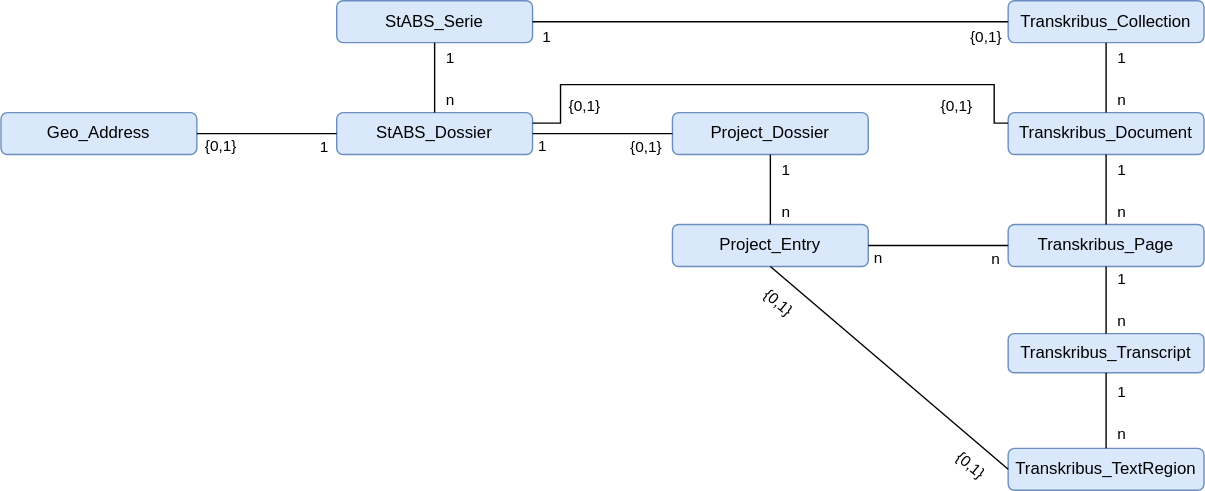
Before: entityRelations.drawio.svg, a diagram exported from draw.io (history-unibas/Postgresql-Project-Database). Source tidied: cells renumbered, new cells last; positions are measured from the earlier drawing's top-left corner, leaving out a move shared by most shapes. Source of this version:
```xml
<mxGraphModel>
  <root>
    <mxCell id="0" />
    <mxCell id="1" parent="0" />
    <mxCell id="2" value="StABS_Serie" style="rounded=1;whiteSpace=wrap;html=1;fillColor=#dae8fc;strokeColor=#6c8ebf;" parent="1" vertex="1">
      <mxGeometry x="240" width="140" height="30" as="geometry" />
    </mxCell>
    <mxCell id="3" value="StABS_Dossier" style="rounded=1;whiteSpace=wrap;html=1;fillColor=#dae8fc;strokeColor=#6c8ebf;" parent="1" vertex="1">
      <mxGeometry x="240" y="80" width="140" height="30" as="geometry" />
    </mxCell>
    <mxCell id="4" value="Transkribus_Collection" style="rounded=1;whiteSpace=wrap;html=1;fillColor=#dae8fc;strokeColor=#6c8ebf;" parent="1" vertex="1">
      <mxGeometry x="720" width="140" height="30" as="geometry" />
    </mxCell>
    <mxCell id="5" value="Transkribus_Document" style="rounded=1;whiteSpace=wrap;html=1;fillColor=#dae8fc;strokeColor=#6c8ebf;" parent="1" vertex="1">
      <mxGeometry x="720" y="80" width="140" height="30" as="geometry" />
    </mxCell>
    <mxCell id="6" value="Transkribus_Page" style="rounded=1;whiteSpace=wrap;html=1;fillColor=#dae8fc;strokeColor=#6c8ebf;" parent="1" vertex="1">
      <mxGeometry x="720" y="160" width="140" height="30" as="geometry" />
    </mxCell>
    <mxCell id="7" value="Transkribus_Transcript" style="rounded=1;whiteSpace=wrap;html=1;fillColor=#dae8fc;strokeColor=#6c8ebf;" parent="1" vertex="1">
      <mxGeometry x="720" y="238" width="140" height="28" as="geometry" />
    </mxCell>
    <mxCell id="8" value="Transkribus_TextRegion" style="rounded=1;whiteSpace=wrap;html=1;fillColor=#dae8fc;strokeColor=#6c8ebf;" parent="1" vertex="1">
      <mxGeometry x="720" y="320" width="140" height="30" as="geometry" />
    </mxCell>
    <mxCell id="9" style="endArrow=none;html=1;rounded=0;entryX=0.5;entryY=1;entryDx=0;entryDy=0;exitX=0.5;exitY=0;exitDx=0;exitDy=0;" parent="1" edge="1" source="3" target="2">
      <mxGeometry relative="1" as="geometry" />
    </mxCell>
    <mxCell id="10" value="1" style="edgeLabel;html=1;align=center;verticalAlign=middle;" parent="9" vertex="1">
      <mxGeometry x="-0.5" y="1" relative="1" as="geometry">
        <mxPoint x="11" y="-28" as="offset" />
      </mxGeometry>
    </mxCell>
    <mxCell id="11" value="n" style="edgeLabel;html=1;align=center;verticalAlign=middle;" parent="9" vertex="1">
      <mxGeometry x="-0.6" y="-2" relative="1" as="geometry">
        <mxPoint x="8" as="offset" />
      </mxGeometry>
    </mxCell>
    <mxCell id="12" style="endArrow=none;html=1;rounded=0;entryX=1;entryY=0.5;entryDx=0;entryDy=0;exitX=0;exitY=0.5;exitDx=0;exitDy=0;" parent="1" edge="1" source="4" target="2">
      <mxGeometry relative="1" as="geometry" />
    </mxCell>
    <mxCell id="13" value="{0,1}" style="edgeLabel;html=1;align=center;verticalAlign=middle;" parent="12" vertex="1">
      <mxGeometry x="0.23" y="2" relative="1" as="geometry">
        <mxPoint x="192" y="8" as="offset" />
      </mxGeometry>
    </mxCell>
    <mxCell id="14" value="1" style="edgeLabel;html=1;align=center;verticalAlign=middle;" parent="12" vertex="1">
      <mxGeometry relative="1" as="geometry">
        <mxPoint x="-161" y="10" as="offset" />
      </mxGeometry>
    </mxCell>
    <mxCell id="15" style="endArrow=none;html=1;rounded=0;edgeStyle=orthogonalEdgeStyle;entryX=1;entryY=0.25;entryDx=0;entryDy=0;exitX=0;exitY=0.25;exitDx=0;exitDy=0;" parent="1" edge="1" source="5" target="3">
      <mxGeometry relative="1" as="geometry">
        <Array as="points">
          <mxPoint x="710" y="88" />
          <mxPoint x="710" y="60" />
          <mxPoint x="400" y="60" />
          <mxPoint x="400" y="88" />
          <mxPoint x="380" y="88" />
        </Array>
      </mxGeometry>
    </mxCell>
    <mxCell id="16" value="{0,1}" style="edgeLabel;html=1;align=center;verticalAlign=middle;" parent="15" vertex="1">
      <mxGeometry x="0.23" y="2" relative="1" as="geometry">
        <mxPoint x="-88" y="12" as="offset" />
      </mxGeometry>
    </mxCell>
    <mxCell id="17" value="{0,1}" style="edgeLabel;html=1;align=center;verticalAlign=middle;" parent="15" vertex="1">
      <mxGeometry relative="1" as="geometry">
        <mxPoint x="133" y="14" as="offset" />
      </mxGeometry>
    </mxCell>
    <mxCell id="18" style="endArrow=none;html=1;rounded=0;entryX=0.5;entryY=1;entryDx=0;entryDy=0;exitX=0.5;exitY=0;exitDx=0;exitDy=0;" parent="1" edge="1" source="5" target="4">
      <mxGeometry relative="1" as="geometry" />
    </mxCell>
    <mxCell id="19" value="1" style="edgeLabel;html=1;align=center;verticalAlign=middle;" parent="18" vertex="1">
      <mxGeometry x="-0.5" y="1" relative="1" as="geometry">
        <mxPoint x="11" y="-28" as="offset" />
      </mxGeometry>
    </mxCell>
    <mxCell id="20" value="n" style="edgeLabel;html=1;align=center;verticalAlign=middle;" parent="18" vertex="1">
      <mxGeometry x="-0.6" y="-2" relative="1" as="geometry">
        <mxPoint x="8" as="offset" />
      </mxGeometry>
    </mxCell>
    <mxCell id="21" style="endArrow=none;html=1;rounded=0;entryX=0.5;entryY=1;entryDx=0;entryDy=0;exitX=0.5;exitY=0;exitDx=0;exitDy=0;" parent="1" edge="1" source="6" target="5">
      <mxGeometry relative="1" as="geometry" />
    </mxCell>
    <mxCell id="22" value="1" style="edgeLabel;html=1;align=center;verticalAlign=middle;" parent="21" vertex="1">
      <mxGeometry x="-0.5" y="1" relative="1" as="geometry">
        <mxPoint x="11" y="-28" as="offset" />
      </mxGeometry>
    </mxCell>
    <mxCell id="23" value="n" style="edgeLabel;html=1;align=center;verticalAlign=middle;" parent="21" vertex="1">
      <mxGeometry x="-0.6" y="-2" relative="1" as="geometry">
        <mxPoint x="8" as="offset" />
      </mxGeometry>
    </mxCell>
    <mxCell id="24" style="endArrow=none;html=1;rounded=0;entryX=0.5;entryY=1;entryDx=0;entryDy=0;exitX=0.5;exitY=0;exitDx=0;exitDy=0;" parent="1" edge="1" source="7" target="6">
      <mxGeometry relative="1" as="geometry" />
    </mxCell>
    <mxCell id="25" value="1" style="edgeLabel;html=1;align=center;verticalAlign=middle;" parent="24" vertex="1">
      <mxGeometry x="-0.5" y="1" relative="1" as="geometry">
        <mxPoint x="11" y="-28" as="offset" />
      </mxGeometry>
    </mxCell>
    <mxCell id="26" value="n" style="edgeLabel;html=1;align=center;verticalAlign=middle;" parent="24" vertex="1">
      <mxGeometry x="-0.6" y="-2" relative="1" as="geometry">
        <mxPoint x="8" as="offset" />
      </mxGeometry>
    </mxCell>
    <mxCell id="27" style="endArrow=none;html=1;rounded=0;entryX=0.5;entryY=1;entryDx=0;entryDy=0;exitX=0.5;exitY=0;exitDx=0;exitDy=0;" parent="1" edge="1" source="8" target="7">
      <mxGeometry relative="1" as="geometry" />
    </mxCell>
    <mxCell id="28" value="1" style="edgeLabel;html=1;align=center;verticalAlign=middle;" parent="27" vertex="1">
      <mxGeometry x="-0.5" y="1" relative="1" as="geometry">
        <mxPoint x="11" y="-28" as="offset" />
      </mxGeometry>
    </mxCell>
    <mxCell id="29" value="n" style="edgeLabel;html=1;align=center;verticalAlign=middle;" parent="27" vertex="1">
      <mxGeometry x="-0.6" y="-2" relative="1" as="geometry">
        <mxPoint x="8" as="offset" />
      </mxGeometry>
    </mxCell>
    <mxCell id="30" value="Project_Entry" style="rounded=1;whiteSpace=wrap;html=1;fillColor=#dae8fc;strokeColor=#6c8ebf;" parent="1" vertex="1">
      <mxGeometry x="480" y="160" width="140" height="30" as="geometry" />
    </mxCell>
    <mxCell id="31" style="endArrow=none;html=1;rounded=0;entryX=0;entryY=0.5;entryDx=0;entryDy=0;exitX=1;exitY=0.5;exitDx=0;exitDy=0;" parent="1" edge="1" source="30" target="6">
      <mxGeometry relative="1" as="geometry" />
    </mxCell>
    <mxCell id="32" value="n" style="edgeLabel;html=1;align=center;verticalAlign=middle;" parent="31" vertex="1">
      <mxGeometry x="0.23" y="2" relative="1" as="geometry">
        <mxPoint x="-56" y="10" as="offset" />
      </mxGeometry>
    </mxCell>
    <mxCell id="33" value="n" style="edgeLabel;html=1;align=center;verticalAlign=middle;" parent="31" vertex="1">
      <mxGeometry relative="1" as="geometry">
        <mxPoint x="40" y="9" as="offset" />
      </mxGeometry>
    </mxCell>
    <mxCell id="34" style="endArrow=none;html=1;rounded=0;entryX=0;entryY=0.5;entryDx=0;entryDy=0;exitX=0.5;exitY=1;exitDx=0;exitDy=0;" parent="1" edge="1" source="30" target="8">
      <mxGeometry relative="1" as="geometry" />
    </mxCell>
    <mxCell id="35" value="{0,1}" style="edgeLabel;html=1;align=center;verticalAlign=middle;rotation=40;" parent="34" vertex="1">
      <mxGeometry x="0.23" y="2" relative="1" as="geometry">
        <mxPoint x="-100" y="-63" as="offset" />
      </mxGeometry>
    </mxCell>
    <mxCell id="36" value="{0,1}" style="edgeLabel;html=1;align=center;verticalAlign=middle;rotation=40;" parent="34" vertex="1">
      <mxGeometry relative="1" as="geometry">
        <mxPoint x="58" y="69" as="offset" />
      </mxGeometry>
    </mxCell>
    <mxCell id="37" value="Geo_Address" style="rounded=1;whiteSpace=wrap;html=1;fillColor=#dae8fc;strokeColor=#6c8ebf;" parent="1" vertex="1">
      <mxGeometry y="80" width="140" height="30" as="geometry" />
    </mxCell>
    <mxCell id="38" value="Project_Dossier" style="rounded=1;whiteSpace=wrap;html=1;fillColor=#dae8fc;strokeColor=#6c8ebf;" parent="1" vertex="1">
      <mxGeometry x="480" y="80" width="140" height="30" as="geometry" />
    </mxCell>
    <mxCell id="39" style="endArrow=none;html=1;rounded=0;entryX=0;entryY=0.5;entryDx=0;entryDy=0;exitX=1;exitY=0.5;exitDx=0;exitDy=0;" parent="1" edge="1" source="3" target="38">
      <mxGeometry relative="1" as="geometry" />
    </mxCell>
    <mxCell id="40" value="1" style="edgeLabel;html=1;align=center;verticalAlign=middle;" parent="39" vertex="1">
      <mxGeometry x="0.23" y="2" relative="1" as="geometry">
        <mxPoint x="-56" y="10" as="offset" />
      </mxGeometry>
    </mxCell>
    <mxCell id="41" value="{0,1}" style="edgeLabel;html=1;align=center;verticalAlign=middle;" parent="39" vertex="1">
      <mxGeometry relative="1" as="geometry">
        <mxPoint x="30" y="9" as="offset" />
      </mxGeometry>
    </mxCell>
    <mxCell id="42" style="endArrow=none;html=1;rounded=0;entryX=0;entryY=0.5;entryDx=0;entryDy=0;exitX=1;exitY=0.5;exitDx=0;exitDy=0;" parent="1" edge="1" source="37" target="3">
      <mxGeometry relative="1" as="geometry" />
    </mxCell>
    <mxCell id="43" value="{0,1}" style="edgeLabel;html=1;align=center;verticalAlign=middle;" parent="42" vertex="1">
      <mxGeometry x="0.23" y="2" relative="1" as="geometry">
        <mxPoint x="-46" y="10" as="offset" />
      </mxGeometry>
    </mxCell>
    <mxCell id="44" value="1" style="edgeLabel;html=1;align=center;verticalAlign=middle;" parent="42" vertex="1">
      <mxGeometry relative="1" as="geometry">
        <mxPoint x="40" y="9" as="offset" />
      </mxGeometry>
    </mxCell>
    <mxCell id="45" style="endArrow=none;html=1;rounded=0;entryX=0.5;entryY=1;entryDx=0;entryDy=0;exitX=0.5;exitY=0;exitDx=0;exitDy=0;" parent="1" edge="1" source="30" target="38">
      <mxGeometry relative="1" as="geometry" />
    </mxCell>
    <mxCell id="46" value="1" style="edgeLabel;html=1;align=center;verticalAlign=middle;" parent="45" vertex="1">
      <mxGeometry x="-0.5" y="1" relative="1" as="geometry">
        <mxPoint x="11" y="-28" as="offset" />
      </mxGeometry>
    </mxCell>
    <mxCell id="47" value="n" style="edgeLabel;html=1;align=center;verticalAlign=middle;" parent="45" vertex="1">
      <mxGeometry x="-0.6" y="-2" relative="1" as="geometry">
        <mxPoint x="8" as="offset" />
      </mxGeometry>
    </mxCell>
  </root>
</mxGraphModel>
```
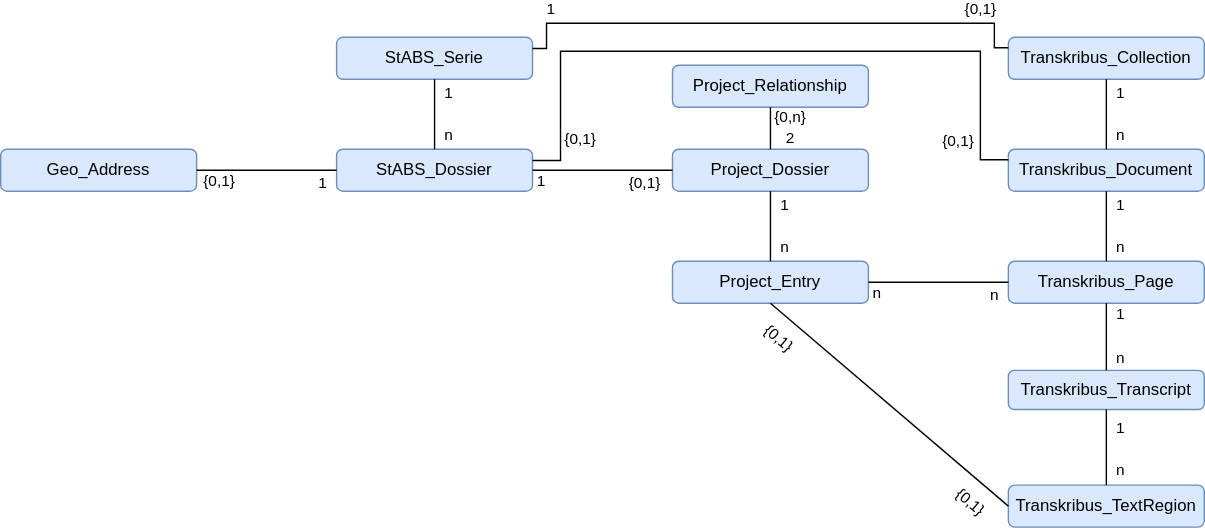
After the commit.

What changed in the source:
```diff
@@ -36,25 +36,12 @@
         <mxPoint x="8" as="offset" />
       </mxGeometry>
     </mxCell>
-    <mxCell id="12" style="endArrow=none;html=1;rounded=0;entryX=1;entryY=0.5;entryDx=0;entryDy=0;exitX=0;exitY=0.5;exitDx=0;exitDy=0;" parent="1" edge="1" source="4" target="2">
-      <mxGeometry relative="1" as="geometry" />
-    </mxCell>
-    <mxCell id="13" value="{0,1}" style="edgeLabel;html=1;align=center;verticalAlign=middle;" parent="12" vertex="1">
-      <mxGeometry x="0.23" y="2" relative="1" as="geometry">
-        <mxPoint x="192" y="8" as="offset" />
-      </mxGeometry>
-    </mxCell>
-    <mxCell id="14" value="1" style="edgeLabel;html=1;align=center;verticalAlign=middle;" parent="12" vertex="1">
-      <mxGeometry relative="1" as="geometry">
-        <mxPoint x="-161" y="10" as="offset" />
-      </mxGeometry>
-    </mxCell>
     <mxCell id="15" style="endArrow=none;html=1;rounded=0;edgeStyle=orthogonalEdgeStyle;entryX=1;entryY=0.25;entryDx=0;entryDy=0;exitX=0;exitY=0.25;exitDx=0;exitDy=0;" parent="1" edge="1" source="5" target="3">
       <mxGeometry relative="1" as="geometry">
         <Array as="points">
-          <mxPoint x="710" y="88" />
-          <mxPoint x="710" y="60" />
-          <mxPoint x="400" y="60" />
+          <mxPoint x="700" y="88" />
+          <mxPoint x="700" y="10" />
+          <mxPoint x="400" y="10" />
           <mxPoint x="400" y="88" />
           <mxPoint x="380" y="88" />
         </Array>
@@ -62,12 +49,12 @@
     </mxCell>
     <mxCell id="16" value="{0,1}" style="edgeLabel;html=1;align=center;verticalAlign=middle;" parent="15" vertex="1">
       <mxGeometry x="0.23" y="2" relative="1" as="geometry">
-        <mxPoint x="-88" y="12" as="offset" />
+        <mxPoint x="-79" y="61" as="offset" />
       </mxGeometry>
     </mxCell>
     <mxCell id="17" value="{0,1}" style="edgeLabel;html=1;align=center;verticalAlign=middle;" parent="15" vertex="1">
       <mxGeometry relative="1" as="geometry">
-        <mxPoint x="133" y="14" as="offset" />
+        <mxPoint x="134" y="64" as="offset" />
       </mxGeometry>
     </mxCell>
     <mxCell id="18" style="endArrow=none;html=1;rounded=0;entryX=0.5;entryY=1;entryDx=0;entryDy=0;exitX=0.5;exitY=0;exitDx=0;exitDy=0;" parent="1" edge="1" source="5" target="4">
@@ -196,5 +183,42 @@
         <mxPoint x="8" as="offset" />
       </mxGeometry>
     </mxCell>
+    <mxCell id="48" value="Project_Relationship" style="rounded=1;whiteSpace=wrap;html=1;fillColor=#dae8fc;strokeColor=#6c8ebf;" parent="1" vertex="1">
+      <mxGeometry x="480" y="20" width="140" height="30" as="geometry" />
+    </mxCell>
+    <mxCell id="49" style="endArrow=none;html=1;rounded=0;entryX=0.5;entryY=1;entryDx=0;entryDy=0;exitX=0.5;exitY=0;exitDx=0;exitDy=0;" parent="1" edge="1" source="38" target="48">
+      <mxGeometry relative="1" as="geometry" />
+    </mxCell>
+    <mxCell id="50" value="{0,n}" style="edgeLabel;html=1;align=center;verticalAlign=middle;" parent="49" vertex="1">
+      <mxGeometry x="-0.5" y="1" relative="1" as="geometry">
+        <mxPoint x="15" y="-16" as="offset" />
+      </mxGeometry>
+    </mxCell>
+    <mxCell id="51" value="2" style="edgeLabel;html=1;align=center;verticalAlign=middle;" parent="49" vertex="1">
+      <mxGeometry x="-0.6" y="-2" relative="1" as="geometry">
+        <mxPoint x="12" y="-2" as="offset" />
+      </mxGeometry>
+    </mxCell>
+    <mxCell id="12" style="endArrow=none;html=1;rounded=0;edgeStyle=orthogonalEdgeStyle;exitX=0;exitY=0.25;exitDx=0;exitDy=0;entryX=1;entryY=0.25;entryDx=0;entryDy=0;" parent="1" edge="1" source="4" target="2">
+      <mxGeometry relative="1" as="geometry">
+        <Array as="points">
+          <mxPoint x="710" y="8" />
+          <mxPoint x="710" y="-10" />
+          <mxPoint x="390" y="-10" />
+          <mxPoint x="390" y="8" />
+          <mxPoint x="380" y="8" />
+        </Array>
+      </mxGeometry>
+    </mxCell>
+    <mxCell id="14" value="1" style="edgeLabel;html=1;align=center;verticalAlign=middle;" parent="12" vertex="1">
+      <mxGeometry x="0.23" y="2" relative="1" as="geometry">
+        <mxPoint x="-113" y="-12" as="offset" />
+      </mxGeometry>
+    </mxCell>
+    <mxCell id="13" value="{0,1}" style="edgeLabel;html=1;align=center;verticalAlign=middle;" parent="12" vertex="1">
+      <mxGeometry relative="1" as="geometry">
+        <mxPoint x="150" y="-10" as="offset" />
+      </mxGeometry>
+    </mxCell>
   </root>
 </mxGraphModel>
```
